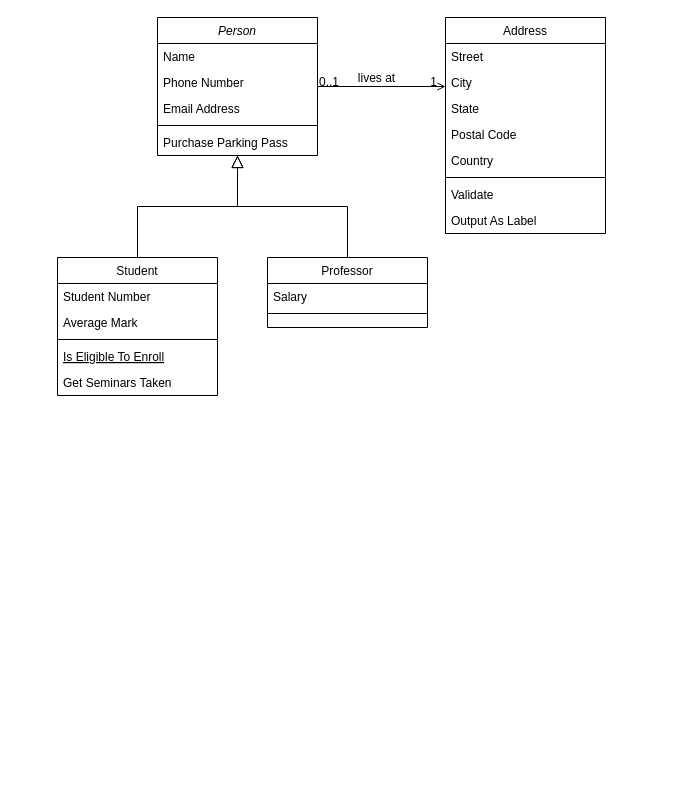
Before: Class Diagram.drawio in SrikanthBonkuri/UML, a draw.io diagram. Source tidied: cells renumbered, new cells numbered last; positions are measured from the earlier drawing's top-left corner, leaving out a move shared by most shapes. Both pictures are drawn from the tidied source at 100%, with x=0, y=0 at pixel (57, 17).
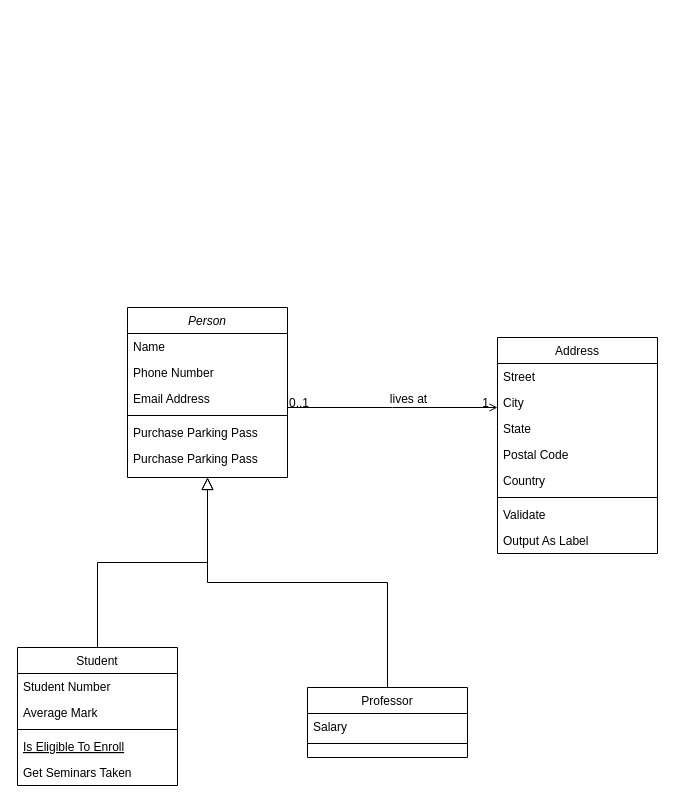
The same page after the edit.

Change to the diagram source:
```diff
@@
     <mxCell id="2" value="Person" style="swimlane;fontStyle=2;align=center;verticalAlign=top;horizontal=1;startSize=26;rounded=0;shadow=0;strokeWidth=1;" parent="1" vertex="1">
-      <mxGeometry x="100" width="160" height="138" as="geometry" />
+      <mxGeometry x="70" y="290" width="160" height="170" as="geometry" />
     </mxCell>
@@
+    <mxCell id="32" value="Purchase Parking Pass" style="text;align=left;verticalAlign=top;spacingLeft=4;spacingRight=4;overflow=hidden;" parent="2" vertex="1">
+      <mxGeometry y="138" width="160" height="26" as="geometry" />
+    </mxCell>
     <mxCell id="8" value="Student" style="swimlane;fontStyle=0;align=center;verticalAlign=top;horizontal=1;startSize=26;rounded=0;shadow=0;strokeWidth=1;" parent="1" vertex="1">
-      <mxGeometry y="240" width="160" height="138" as="geometry" />
+      <mxGeometry x="-40" y="630" width="160" height="138" as="geometry" />
     </mxCell>
@@
     <mxCell id="15" value="Professor" style="swimlane;fontStyle=0;align=center;verticalAlign=top;horizontal=1;startSize=26;rounded=0;shadow=0;strokeWidth=1;" parent="1" vertex="1">
-      <mxGeometry x="210" y="240" width="160" height="70" as="geometry" />
+      <mxGeometry x="250" y="670" width="160" height="70" as="geometry" />
     </mxCell>
@@
     <mxCell id="19" value="Address" style="swimlane;fontStyle=0;align=center;verticalAlign=top;horizontal=1;startSize=26;rounded=0;shadow=0;strokeWidth=1;" parent="1" vertex="1">
-      <mxGeometry x="388" width="160" height="216" as="geometry" />
+      <mxGeometry x="440" y="320" width="160" height="216" as="geometry" />
     </mxCell>
```
